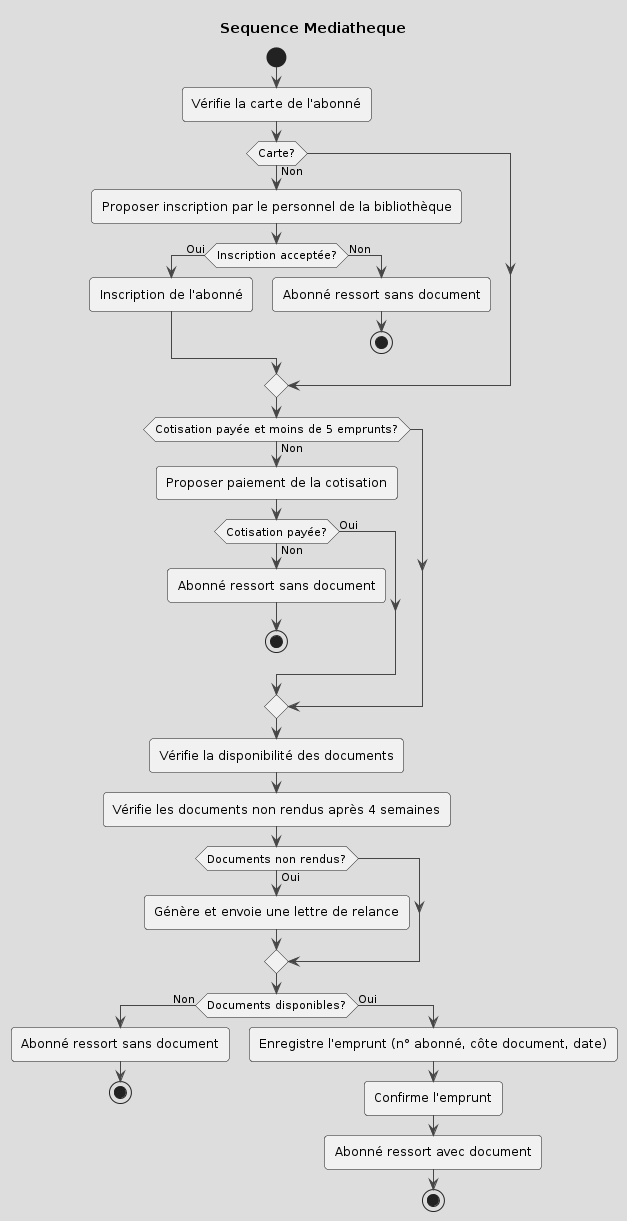
Before: asset/diagramme_activite.png, a diagram exported from PlantUML (clemence95/CDA24178). Its diagram source:
```plantuml
@startuml
!theme toy
title Sequence Mediatheque

start

:Vérifie la carte de l'abonné;

if (Carte?) then (Non)
    :Proposer inscription par le personnel de la bibliothèque;
    if (Inscription acceptée?) then (Oui)
        :Inscription de l'abonné;
    else (Non)
        :Abonné ressort sans document;
        stop
    endif
endif

if (Cotisation payée et moins de 5 emprunts?) then (Non)
    :Proposer paiement de la cotisation;
    if (Cotisation payée?) then (Oui)
    else (Non)
        :Abonné ressort sans document;
        stop
    endif
endif

:Vérifie la disponibilité des documents;
:Vérifie les documents non rendus après 4 semaines;
if (Documents non rendus?) then (Oui)
    :Génère et envoie une lettre de relance;
endif

if (Documents disponibles?) then (Non)
    :Abonné ressort sans document;
    stop
else (Oui)
    :Enregistre l'emprunt (n° abonné, côte document, date);
    :Confirme l'emprunt;
    :Abonné ressort avec document;
    stop
endif
@enduml
```
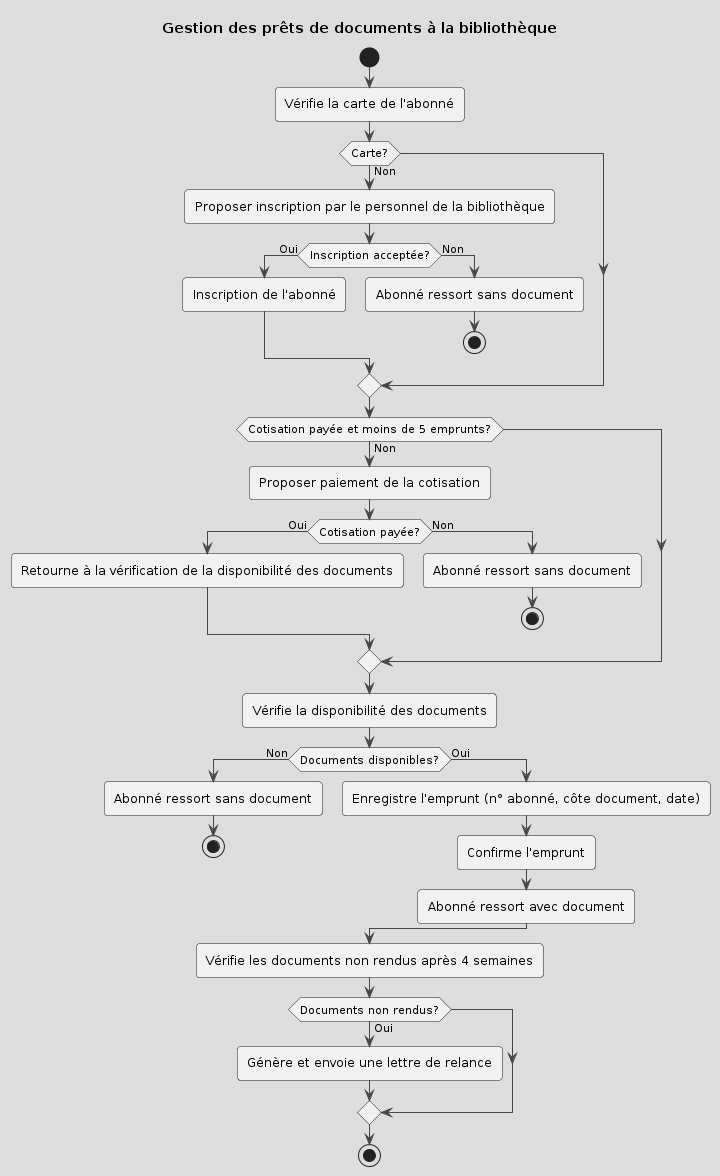
The same file after the commit.

Diff of the diagram source:
```diff
@@ -1,6 +1,6 @@
 @startuml
 !theme toy
-title Sequence Mediatheque
+title Gestion des prêts de documents à la bibliothèque
 
 start
 
@@ -19,6 +19,7 @@
 if (Cotisation payée et moins de 5 emprunts?) then (Non)
     :Proposer paiement de la cotisation;
     if (Cotisation payée?) then (Oui)
+        :Retourne à la vérification de la disponibilité des documents;
     else (Non)
         :Abonné ressort sans document;
         stop
@@ -26,10 +27,6 @@
 endif
 
 :Vérifie la disponibilité des documents;
-:Vérifie les documents non rendus après 4 semaines;
-if (Documents non rendus?) then (Oui)
-    :Génère et envoie une lettre de relance;
-endif
 
 if (Documents disponibles?) then (Non)
     :Abonné ressort sans document;
@@ -38,6 +35,12 @@
     :Enregistre l'emprunt (n° abonné, côte document, date);
     :Confirme l'emprunt;
     :Abonné ressort avec document;
-    stop
 endif
+
+:Vérifie les documents non rendus après 4 semaines;
+if (Documents non rendus?) then (Oui)
+    :Génère et envoie une lettre de relance;
+endif
+
+stop
 @enduml
```
